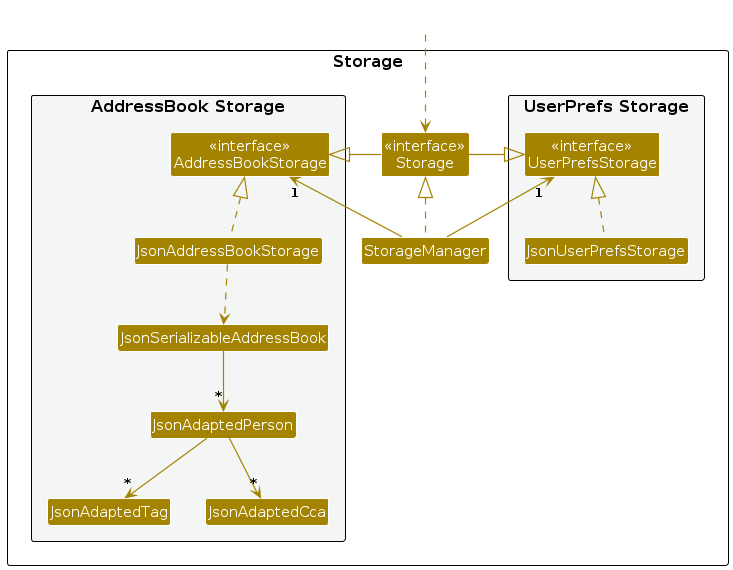
The PlantUML diagram diagrams/StorageClassDiagram.png in LifHoshi/tp, before a commit. Its source is kept beside it as diagrams/StorageClassDiagram.puml.
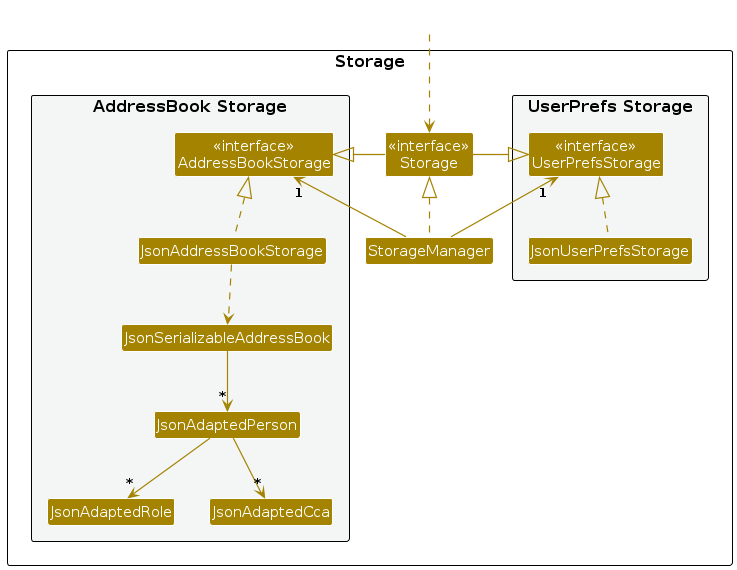
Above is the later version.

Change to the diagram source:
```diff
@@ -19,7 +19,7 @@
 Class JsonAddressBookStorage
 Class JsonSerializableAddressBook
 Class JsonAdaptedPerson
-Class JsonAdaptedTag
+Class JsonAdaptedRole
 Class JsonAdaptedCca
 }
 
@@ -39,7 +39,7 @@
 JsonAddressBookStorage .up.|> AddressBookStorage
 JsonAddressBookStorage ..> JsonSerializableAddressBook
 JsonSerializableAddressBook --> "*" JsonAdaptedPerson
-JsonAdaptedPerson --> "*" JsonAdaptedTag
+JsonAdaptedPerson --> "*" JsonAdaptedRole
 JsonAdaptedPerson --> "*" JsonAdaptedCca
 
 @enduml
```
